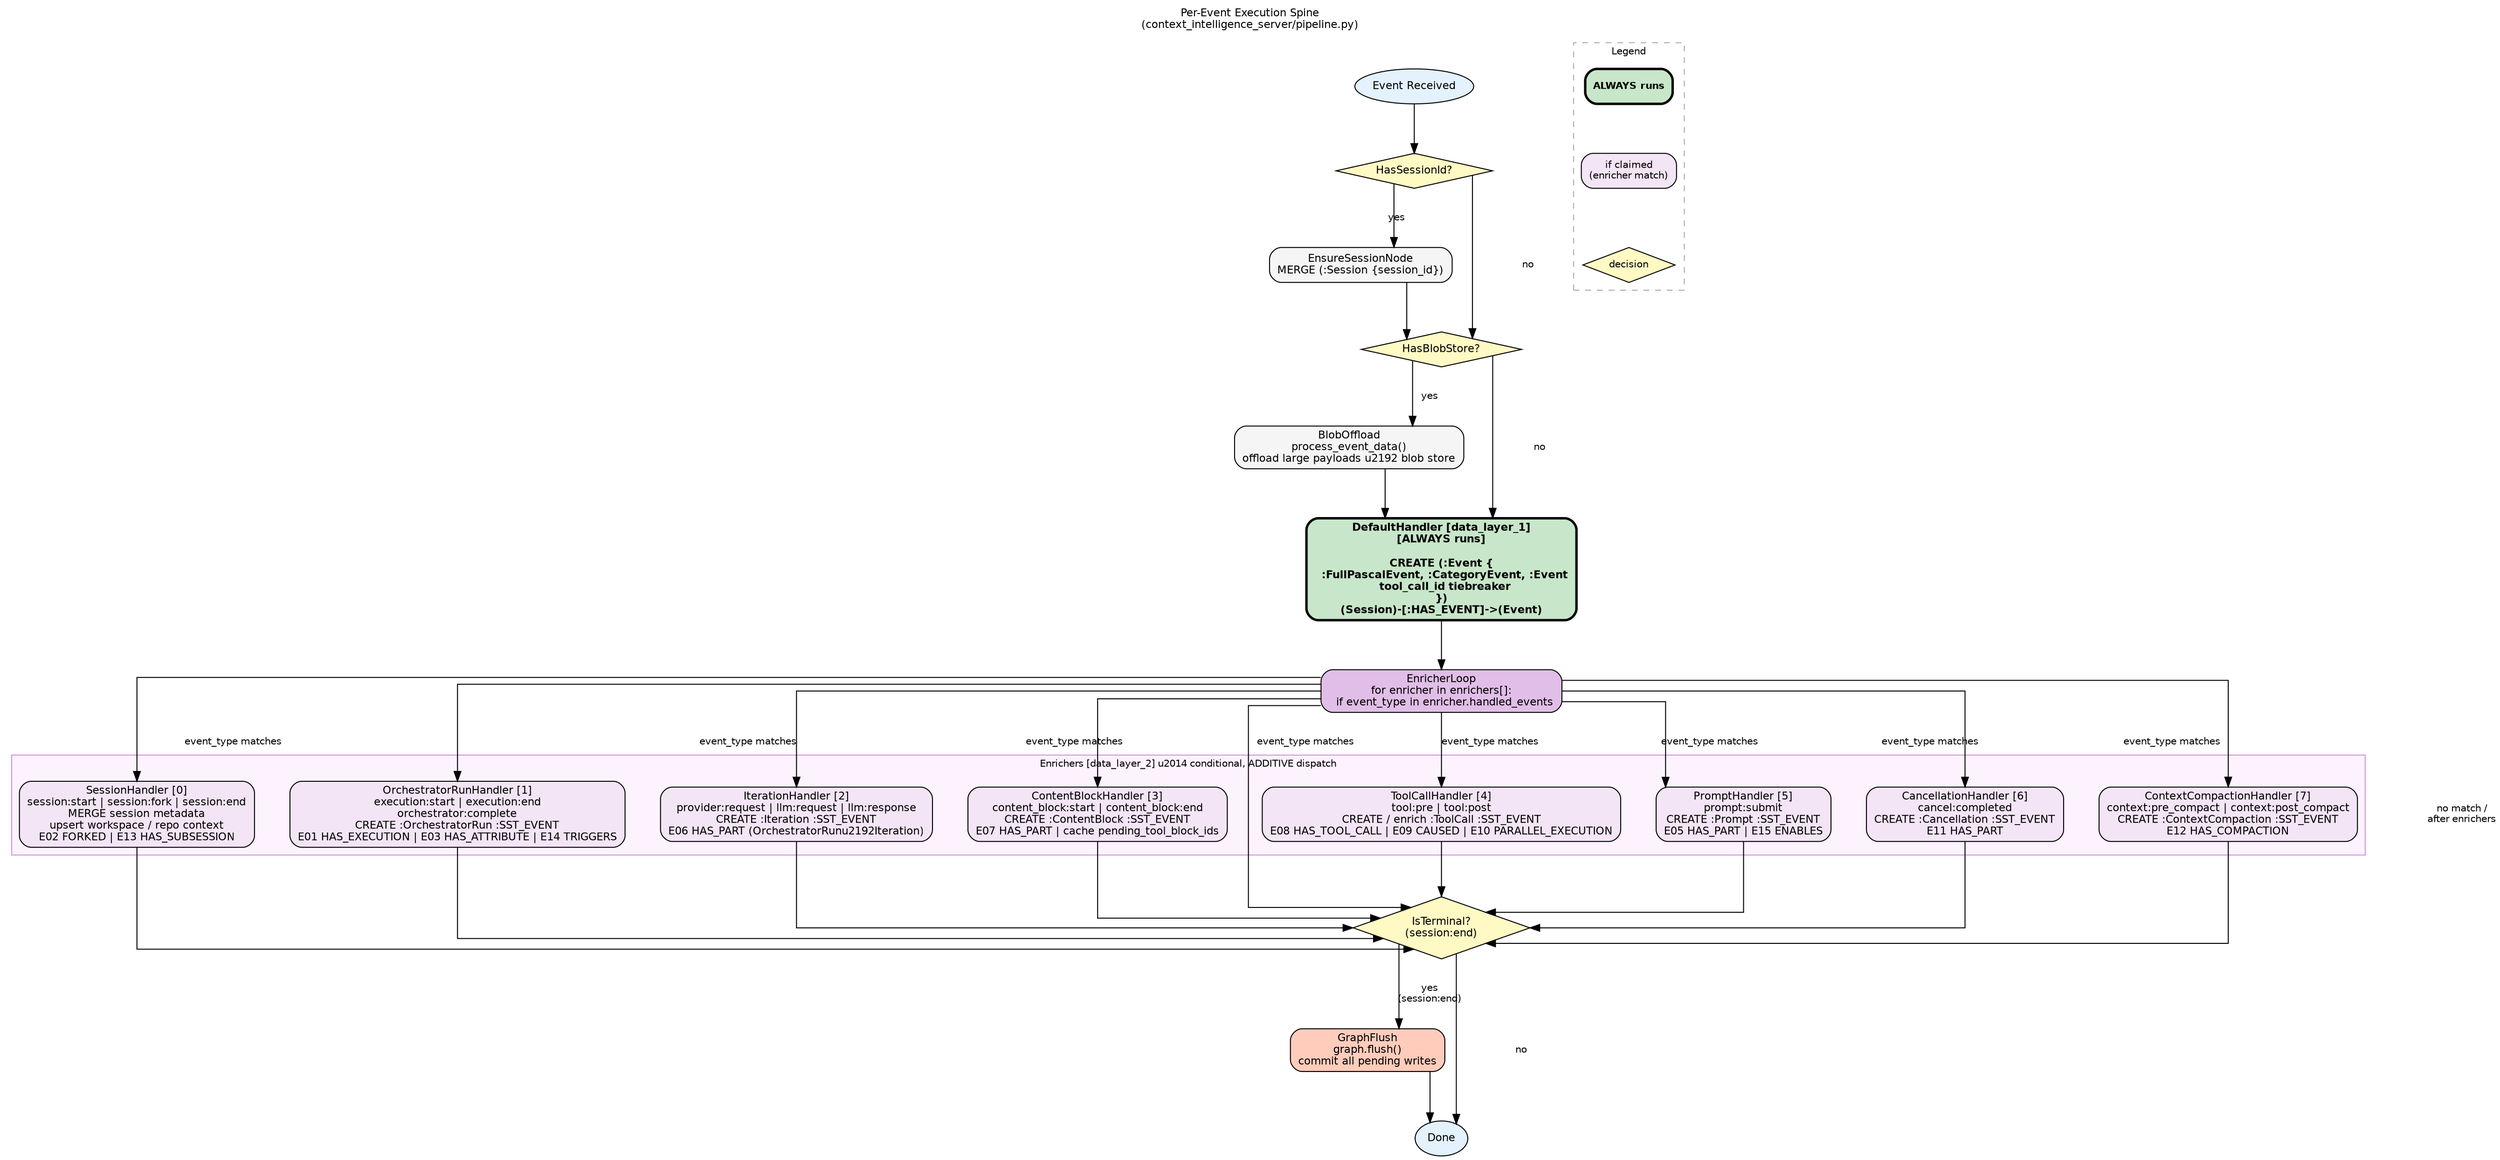
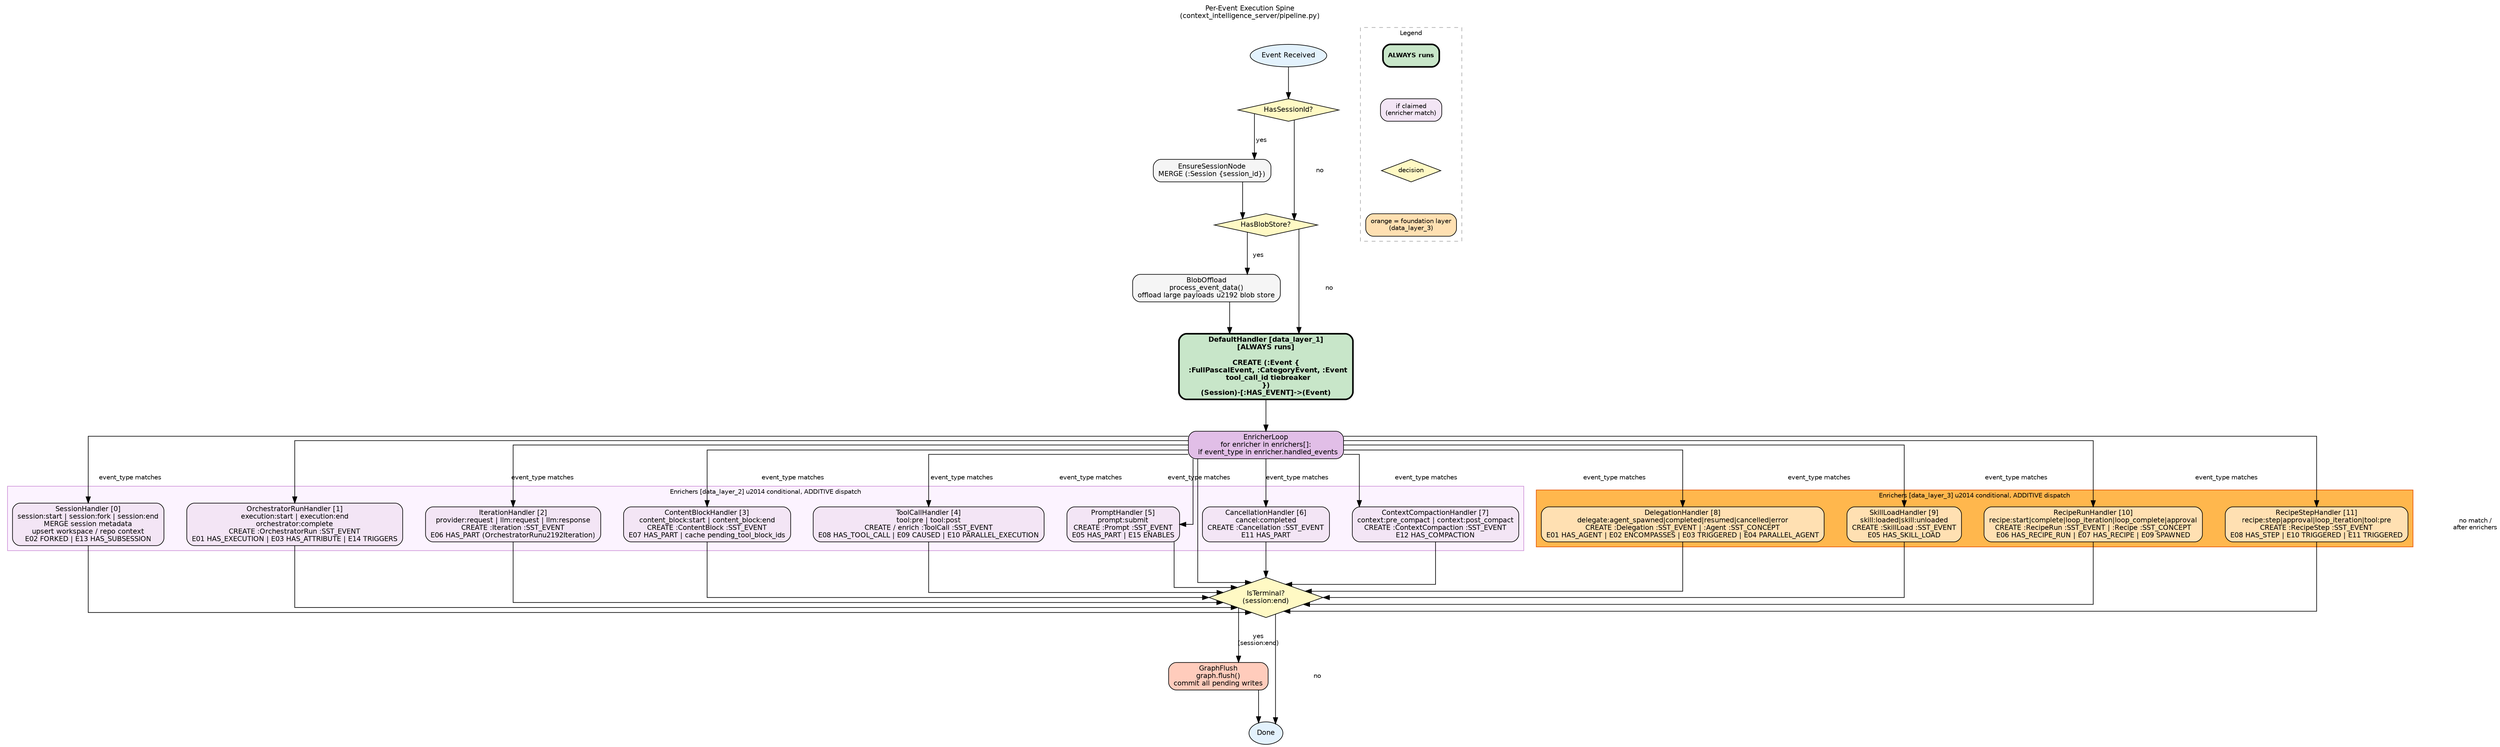
digraph pipeline_flow {
    // -- Global defaults ------------------------------------------------------
    graph [
        rankdir   = TB
        splines   = ortho
        compound  = true
        nodesep   = 0.5
        ranksep   = 0.7
        fontname  = "Helvetica"
        fontsize  = 11
        label     = "Per-Event Execution Spine\n(context_intelligence_server/pipeline.py)"
        labelloc  = t
        labeljust = c
    ]
    node [
        fontname = "Helvetica"
        fontsize = 11
        style    = "filled,rounded"
        shape    = box
    ]
    edge [
        fontname = "Helvetica"
        fontsize = 10
    ]

    // -- Entry ----------------------------------------------------------------
    EventReceived [
        label     = "Event Received"
        shape     = oval
        fillcolor = "#E3F2FD"
    ]

    // -- Session guarantee ----------------------------------------------------
    HasSessionId [
        label     = "HasSessionId?"
        shape     = diamond
        fillcolor = "#FFF9C4"
        style     = "filled"
    ]

    EnsureSessionNode [
        label     = "EnsureSessionNode\nMERGE (:Session {session_id})"
        fillcolor = "#F5F5F5"
    ]

    // -- Blob offload ---------------------------------------------------------
    HasBlobStore [
        label     = "HasBlobStore?"
        shape     = diamond
        fillcolor = "#FFF9C4"
        style     = "filled"
    ]

    BlobOffload [
        label     = "BlobOffload\nprocess_event_data()\noffload large payloads \u2192 blob store"
        fillcolor = "#F5F5F5"
    ]

    // -- DefaultHandler (ALWAYS) ----------------------------------------------
    DefaultHandler [
        label     = "DefaultHandler [data_layer_1]\n[ALWAYS runs]\n\nCREATE (:Event {\n  :FullPascalEvent, :CategoryEvent, :Event\n  tool_call_id tiebreaker\n})\n(Session)-[:HAS_EVENT]->(Event)"
        fillcolor = "#C8E6C9"
        fontname  = "Helvetica-Bold"
        penwidth  = 2.5
    ]

    // -- Enricher loop --------------------------------------------------------
    EnricherLoop [
        label     = "EnricherLoop\nfor enricher in enrichers[]:\n  if event_type in enricher.handled_events"
        fillcolor = "#E1BEE7"
    ]

    // -- Enrichers (data_layer_2) -- conditional dispatch ----------------------
    subgraph cluster_enrichers {
        graph [
            label     = "Enrichers [data_layer_2] \u2014 conditional, ADDITIVE dispatch"
            style     = "filled"
            color     = "#CE93D8"
            fillcolor = "#FCF3FF"
            fontname  = "Helvetica"
            fontsize  = 10
        ]

        SessionHandler [
            label     = "SessionHandler [0]\nsession:start | session:fork | session:end\nMERGE session metadata\nupsert workspace / repo context\nE02 FORKED | E13 HAS_SUBSESSION"
            fillcolor = "#F3E5F5"
        ]

        OrchestratorRunHandler [
            label     = "OrchestratorRunHandler [1]\nexecution:start | execution:end\norchestrator:complete\nCREATE :OrchestratorRun :SST_EVENT\nE01 HAS_EXECUTION | E03 HAS_ATTRIBUTE | E14 TRIGGERS"
            fillcolor = "#F3E5F5"
        ]

        IterationHandler [
            label     = "IterationHandler [2]\nprovider:request | llm:request | llm:response\nCREATE :Iteration :SST_EVENT\nE06 HAS_PART (OrchestratorRun\u2192Iteration)"
            fillcolor = "#F3E5F5"
        ]

        ContentBlockHandler [
            label     = "ContentBlockHandler [3]\ncontent_block:start | content_block:end\nCREATE :ContentBlock :SST_EVENT\nE07 HAS_PART | cache pending_tool_block_ids"
            fillcolor = "#F3E5F5"
        ]

        ToolCallHandler [
            label     = "ToolCallHandler [4]\ntool:pre | tool:post\nCREATE / enrich :ToolCall :SST_EVENT\nE08 HAS_TOOL_CALL | E09 CAUSED | E10 PARALLEL_EXECUTION"
            fillcolor = "#F3E5F5"
        ]

        PromptHandler [
            label     = "PromptHandler [5]\nprompt:submit\nCREATE :Prompt :SST_EVENT\nE05 HAS_PART | E15 ENABLES"
            fillcolor = "#F3E5F5"
        ]

        CancellationHandler [
            label     = "CancellationHandler [6]\ncancel:completed\nCREATE :Cancellation :SST_EVENT\nE11 HAS_PART"
            fillcolor = "#F3E5F5"
        ]

        ContextCompactionHandler [
            label     = "ContextCompactionHandler [7]\ncontext:pre_compact | context:post_compact\nCREATE :ContextCompaction :SST_EVENT\nE12 HAS_COMPACTION"
            fillcolor = "#F3E5F5"
        ]
    }

+     // -- Enrichers (data_layer_3) -- conditional dispatch ----------------------
+     subgraph cluster_data_layer_3 {
+         graph [
+             label     = "Enrichers [data_layer_3] \u2014 conditional, ADDITIVE dispatch"
+             style     = "filled"
+             color     = "#E65100"
+             fillcolor = "#FFB74D"
+             fontname  = "Helvetica"
+             fontsize  = 10
+         ]
+ 
+         DelegationHandler [
+             label     = "DelegationHandler [8]\ndelegate:agent_spawned|completed|resumed|cancelled|error\nCREATE :Delegation :SST_EVENT | :Agent :SST_CONCEPT\nE01 HAS_AGENT | E02 ENCOMPASSES | E03 TRIGGERED | E04 PARALLEL_AGENT"
+             fillcolor = "#FFE0B2"
+         ]
+ 
+         SkillLoadHandler [
+             label     = "SkillLoadHandler [9]\nskill:loaded|skill:unloaded\nCREATE :SkillLoad :SST_EVENT\nE05 HAS_SKILL_LOAD"
+             fillcolor = "#FFE0B2"
+         ]
+ 
+         RecipeRunHandler [
+             label     = "RecipeRunHandler [10]\nrecipe:start|complete|loop_iteration|loop_complete|approval\nCREATE :RecipeRun :SST_EVENT | :Recipe :SST_CONCEPT\nE06 HAS_RECIPE_RUN | E07 HAS_RECIPE | E09 SPAWNED"
+             fillcolor = "#FFE0B2"
+         ]
+ 
+         RecipeStepHandler [
+             label     = "RecipeStepHandler [11]\nrecipe:step|approval|loop_iteration|tool:pre\nCREATE :RecipeStep :SST_EVENT\nE08 HAS_STEP | E10 TRIGGERED | E11 TRIGGERED"
+             fillcolor = "#FFE0B2"
+         ]
+     }
+ 
    // -- Terminal check -------------------------------------------------------
    IsTerminal [
        label     = "IsTerminal?\n(session:end)"
        shape     = diamond
        fillcolor = "#FFF9C4"
        style     = "filled"
    ]

    // -- Flush ----------------------------------------------------------------
    GraphFlush [
        label     = "GraphFlush\ngraph.flush()\ncommit all pending writes"
        fillcolor = "#FFCCBC"
    ]

    // -- Done -----------------------------------------------------------------
    Done [
        label     = "Done"
        shape     = oval
        fillcolor = "#E3F2FD"
    ]

    // -- Edges ----------------------------------------------------------------
    EventReceived   -> HasSessionId

    HasSessionId    -> EnsureSessionNode [label = "yes"]
    HasSessionId    -> HasBlobStore      [label = "no"]
    EnsureSessionNode -> HasBlobStore

    HasBlobStore    -> BlobOffload       [label = "yes"]
    HasBlobStore    -> DefaultHandler    [label = "no"]
    BlobOffload     -> DefaultHandler

    DefaultHandler  -> EnricherLoop

    // Fan-out to enrichers (compound edge to cluster head)
    EnricherLoop    -> SessionHandler            [label = "event_type matches"]
    EnricherLoop    -> OrchestratorRunHandler    [label = "event_type matches"]
    EnricherLoop    -> IterationHandler          [label = "event_type matches"]
    EnricherLoop    -> ContentBlockHandler       [label = "event_type matches"]
    EnricherLoop    -> ToolCallHandler           [label = "event_type matches"]
    EnricherLoop    -> PromptHandler             [label = "event_type matches"]
    EnricherLoop    -> CancellationHandler       [label = "event_type matches"]
    EnricherLoop    -> ContextCompactionHandler  [label = "event_type matches"]
+     EnricherLoop    -> DelegationHandler         [label = "event_type matches"]
+     EnricherLoop    -> SkillLoadHandler          [label = "event_type matches"]
+     EnricherLoop    -> RecipeRunHandler          [label = "event_type matches"]
+     EnricherLoop    -> RecipeStepHandler         [label = "event_type matches"]
    EnricherLoop    -> IsTerminal                [label = "no match /\nafter enrichers"]

    // Fan-in from enrichers
    SessionHandler           -> IsTerminal
    OrchestratorRunHandler   -> IsTerminal
    IterationHandler         -> IsTerminal
    ContentBlockHandler      -> IsTerminal
    ToolCallHandler          -> IsTerminal
    PromptHandler            -> IsTerminal
    CancellationHandler      -> IsTerminal
    ContextCompactionHandler -> IsTerminal
+     DelegationHandler        -> IsTerminal
+     SkillLoadHandler         -> IsTerminal
+     RecipeRunHandler         -> IsTerminal
+     RecipeStepHandler        -> IsTerminal

    IsTerminal -> GraphFlush [label = "yes\n(session:end)"]
    IsTerminal -> Done       [label = "no"]

    GraphFlush -> Done

    // -- Legend ---------------------------------------------------------------
    subgraph cluster_legend {
        graph [
            label     = "Legend"
            fontsize  = 10
            fontname  = "Helvetica"
            style     = "dashed"
            color     = "#AAAAAA"
        ]
        node [fontsize = 10]

        LegendAlways [
            label     = "ALWAYS runs"
            fillcolor = "#C8E6C9"
            fontname  = "Helvetica-Bold"
            penwidth  = 2.5
        ]
        LegendClaimed [
            label     = "if claimed\n(enricher match)"
            fillcolor = "#F3E5F5"
        ]
        LegendDecision [
            label     = "decision"
            shape     = diamond
            fillcolor = "#FFF9C4"
            style     = "filled"
        ]

-         LegendAlways -> LegendClaimed -> LegendDecision [style = invis]
+         LegendLayer3 [
+             label     = "orange = foundation layer\n(data_layer_3)"
+             fillcolor = "#FFE0B2"
+         ]
+ 
+         LegendAlways -> LegendClaimed -> LegendDecision -> LegendLayer3 [style = invis]
    }
}
